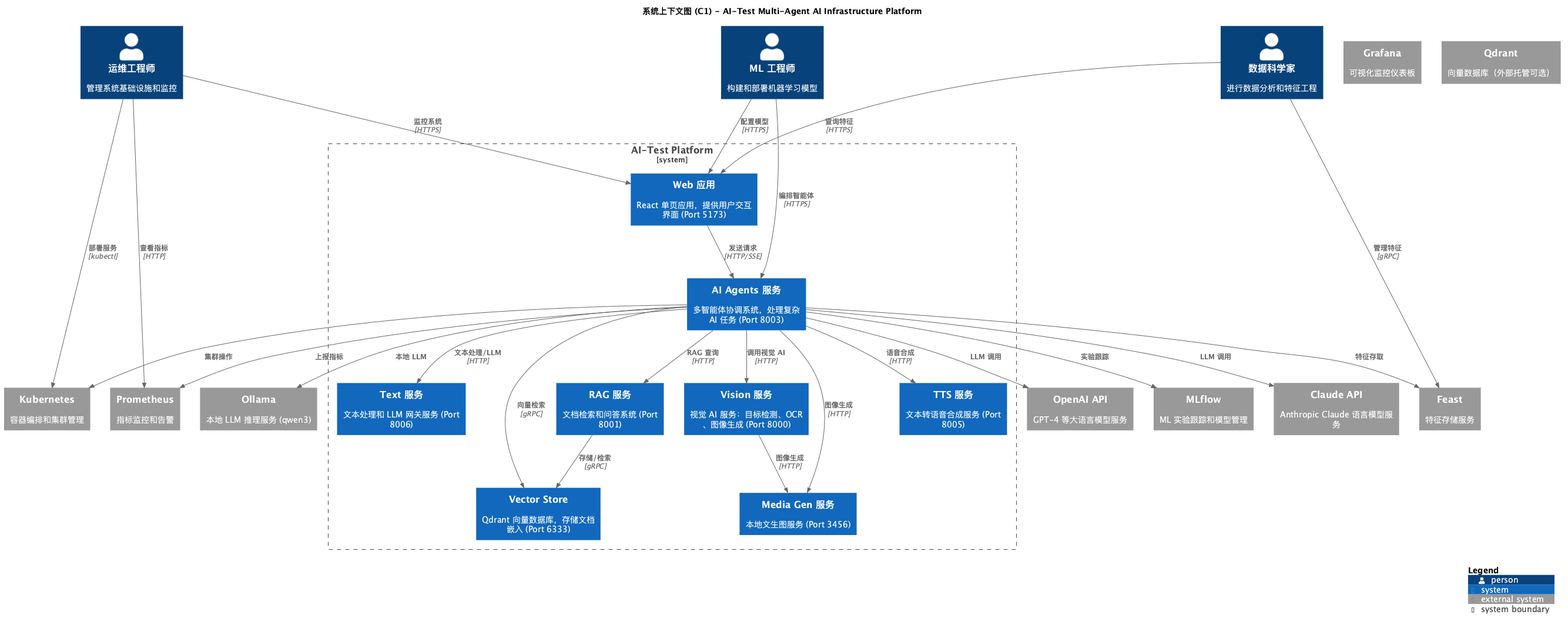
Before: docs/c4/png/C4-Context.png, a diagram exported from PlantUML (felixzhu97/explore-ai). Source of this version:
```plantuml
@startuml C4-Context
!include https://raw.githubusercontent.com/plantuml-stdlib/C4-PlantUML/master/C4_Context.puml

LAYOUT_WITH_LEGEND()

title 系统上下文图 (C1) - AI-Test Multi-Agent AI Infrastructure Platform

Person(ml_engineer, "ML 工程师", "构建和部署机器学习模型")
Person(devops_engineer, "运维工程师", "管理系统基础设施和监控")
Person(data_scientist, "数据科学家", "进行数据分析和特征工程")

System_Boundary(ai_platform, "AI-Test Platform") {
    System(web_app, "Web 应用", "React 单页应用，提供用户交互界面 (Port 5173)")
    System(ai_agents_service, "AI Agents 服务", "多智能体协调系统，处理复杂 AI 任务 (Port 8003)")
    System(vision_service, "Vision 服务", "视觉 AI 服务：目标检测、OCR、图像生成 (Port 8000)")
    System(tts_service, "TTS 服务", "文本转语音合成服务 (Port 8005)")
    System(text_service, "Text 服务", "文本处理和 LLM 网关服务 (Port 8006)")
    System(rag_service, "RAG 服务", "文档检索和问答系统 (Port 8001)")
    System(media_gen_service, "Media Gen 服务", "本地文生图服务 (Port 3456)")
    System(vector_store, "Vector Store", "Qdrant 向量数据库，存储文档嵌入 (Port 6333)")
}

System_Ext(openai_api, "OpenAI API", "GPT-4 等大语言模型服务")
System_Ext(claude_api, "Claude API", "Anthropic Claude 语言模型服务")
System_Ext(ollama, "Ollama", "本地 LLM 推理服务 (qwen3)")
System_Ext(kubernetes, "Kubernetes", "容器编排和集群管理")
System_Ext(prometheus, "Prometheus", "指标监控和告警")
System_Ext(grafana, "Grafana", "可视化监控仪表板")
System_Ext(mlflow, "MLflow", "ML 实验跟踪和模型管理")
System_Ext(feast, "Feast", "特征存储服务")
System_Ext(qdrant, "Qdrant", "向量数据库（外部托管可选）")

Rel(ml_engineer, web_app, "配置模型", "HTTPS")
Rel(ml_engineer, ai_agents_service, "编排智能体", "HTTPS")
Rel(devops_engineer, web_app, "监控系统", "HTTPS")
Rel(devops_engineer, kubernetes, "部署服务", "kubectl")
Rel(devops_engineer, prometheus, "查看指标", "HTTP")
Rel(data_scientist, web_app, "查询特征", "HTTPS")
Rel(data_scientist, feast, "管理特征", "gRPC")

Rel(web_app, ai_agents_service, "发送请求", "HTTP/SSE")
Rel(ai_agents_service, vision_service, "调用视觉 AI", "HTTP")
Rel(ai_agents_service, tts_service, "语音合成", "HTTP")
Rel(ai_agents_service, text_service, "文本处理/LLM", "HTTP")
Rel(ai_agents_service, rag_service, "RAG 查询", "HTTP")
Rel(ai_agents_service, media_gen_service, "图像生成", "HTTP")
Rel(ai_agents_service, vector_store, "向量检索", "gRPC")
Rel(rag_service, vector_store, "存储/检索", "gRPC")
Rel(vision_service, media_gen_service, "图像生成", "HTTP")

Rel(ai_agents_service, openai_api, "LLM 调用")
Rel(ai_agents_service, claude_api, "LLM 调用")
Rel(ai_agents_service, ollama, "本地 LLM")

Rel(ai_agents_service, mlflow, "实验跟踪")
Rel(ai_agents_service, feast, "特征存取")
Rel(ai_agents_service, prometheus, "上报指标")
Rel(ai_agents_service, kubernetes, "集群操作")

SHOW_LEGEND()
@enduml
```
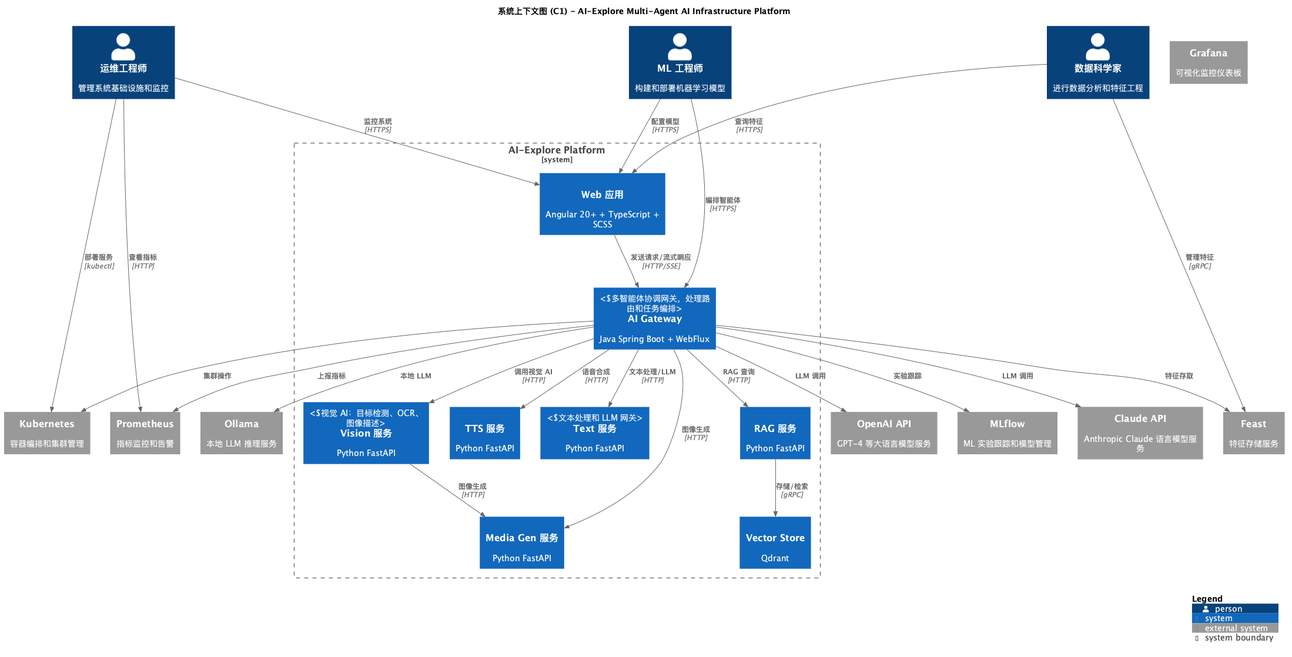
The same file after the commit.

The edit, as a diff of the source:
```diff
@@ -3,59 +3,59 @@
 
 LAYOUT_WITH_LEGEND()
 
-title 系统上下文图 (C1) - AI-Test Multi-Agent AI Infrastructure Platform
+title 系统上下文图 (C1) - AI-Explore Multi-Agent AI Infrastructure Platform
 
 Person(ml_engineer, "ML 工程师", "构建和部署机器学习模型")
 Person(devops_engineer, "运维工程师", "管理系统基础设施和监控")
 Person(data_scientist, "数据科学家", "进行数据分析和特征工程")
 
-System_Boundary(ai_platform, "AI-Test Platform") {
-    System(web_app, "Web 应用", "React 单页应用，提供用户交互界面 (Port 5173)")
-    System(ai_agents_service, "AI Agents 服务", "多智能体协调系统，处理复杂 AI 任务 (Port 8003)")
-    System(vision_service, "Vision 服务", "视觉 AI 服务：目标检测、OCR、图像生成 (Port 8000)")
-    System(tts_service, "TTS 服务", "文本转语音合成服务 (Port 8005)")
-    System(text_service, "Text 服务", "文本处理和 LLM 网关服务 (Port 8006)")
-    System(rag_service, "RAG 服务", "文档检索和问答系统 (Port 8001)")
-    System(media_gen_service, "Media Gen 服务", "本地文生图服务 (Port 3456)")
-    System(vector_store, "Vector Store", "Qdrant 向量数据库，存储文档嵌入 (Port 6333)")
+System_Boundary(ai_platform, "AI-Explore Platform") {
+    System(web_app, "Web 应用", "Angular 20+ + TypeScript + SCSS", "用户界面和交互")
+    System(ai_gateway, "AI Gateway", "Java Spring Boot + WebFlux", "多智能体协调网关，处理路由和任务编排")
+    System(vision_service, "Vision 服务", "Python FastAPI", "视觉 AI：目标检测、OCR、图像描述")
+    System(tts_service, "TTS 服务", "Python FastAPI", "文本转语音合成")
+    System(text_service, "Text 服务", "Python FastAPI", "文本处理和 LLM 网关")
+    System(rag_service, "RAG 服务", "Python FastAPI", "文档检索和问答")
+    System(media_gen_service, "Media Gen 服务", "Python FastAPI", "本地文生图")
+    System(vector_store, "Vector Store", "Qdrant", "向量嵌入存储和检索")
 }
 
 System_Ext(openai_api, "OpenAI API", "GPT-4 等大语言模型服务")
 System_Ext(claude_api, "Claude API", "Anthropic Claude 语言模型服务")
-System_Ext(ollama, "Ollama", "本地 LLM 推理服务 (qwen3)")
+System_Ext(ollama, "Ollama", "本地 LLM 推理服务")
 System_Ext(kubernetes, "Kubernetes", "容器编排和集群管理")
 System_Ext(prometheus, "Prometheus", "指标监控和告警")
 System_Ext(grafana, "Grafana", "可视化监控仪表板")
 System_Ext(mlflow, "MLflow", "ML 实验跟踪和模型管理")
 System_Ext(feast, "Feast", "特征存储服务")
-System_Ext(qdrant, "Qdrant", "向量数据库（外部托管可选）")
 
 Rel(ml_engineer, web_app, "配置模型", "HTTPS")
-Rel(ml_engineer, ai_agents_service, "编排智能体", "HTTPS")
+Rel(ml_engineer, ai_gateway, "编排智能体", "HTTPS")
 Rel(devops_engineer, web_app, "监控系统", "HTTPS")
 Rel(devops_engineer, kubernetes, "部署服务", "kubectl")
 Rel(devops_engineer, prometheus, "查看指标", "HTTP")
 Rel(data_scientist, web_app, "查询特征", "HTTPS")
 Rel(data_scientist, feast, "管理特征", "gRPC")
 
-Rel(web_app, ai_agents_service, "发送请求", "HTTP/SSE")
-Rel(ai_agents_service, vision_service, "调用视觉 AI", "HTTP")
-Rel(ai_agents_service, tts_service, "语音合成", "HTTP")
-Rel(ai_agents_service, text_service, "文本处理/LLM", "HTTP")
-Rel(ai_agents_service, rag_service, "RAG 查询", "HTTP")
-Rel(ai_agents_service, media_gen_service, "图像生成", "HTTP")
-Rel(ai_agents_service, vector_store, "向量检索", "gRPC")
+Rel(web_app, ai_gateway, "发送请求/流式响应", "HTTP/SSE")
+
+Rel(ai_gateway, vision_service, "调用视觉 AI", "HTTP")
+Rel(ai_gateway, tts_service, "语音合成", "HTTP")
+Rel(ai_gateway, text_service, "文本处理/LLM", "HTTP")
+Rel(ai_gateway, rag_service, "RAG 查询", "HTTP")
+Rel(ai_gateway, media_gen_service, "图像生成", "HTTP")
+
 Rel(rag_service, vector_store, "存储/检索", "gRPC")
 Rel(vision_service, media_gen_service, "图像生成", "HTTP")
 
-Rel(ai_agents_service, openai_api, "LLM 调用")
-Rel(ai_agents_service, claude_api, "LLM 调用")
-Rel(ai_agents_service, ollama, "本地 LLM")
+Rel(ai_gateway, openai_api, "LLM 调用")
+Rel(ai_gateway, claude_api, "LLM 调用")
+Rel(ai_gateway, ollama, "本地 LLM")
 
-Rel(ai_agents_service, mlflow, "实验跟踪")
-Rel(ai_agents_service, feast, "特征存取")
-Rel(ai_agents_service, prometheus, "上报指标")
-Rel(ai_agents_service, kubernetes, "集群操作")
+Rel(ai_gateway, mlflow, "实验跟踪")
+Rel(ai_gateway, feast, "特征存取")
+Rel(ai_gateway, prometheus, "上报指标")
+Rel(ai_gateway, kubernetes, "集群操作")
 
 SHOW_LEGEND()
 @enduml
```
